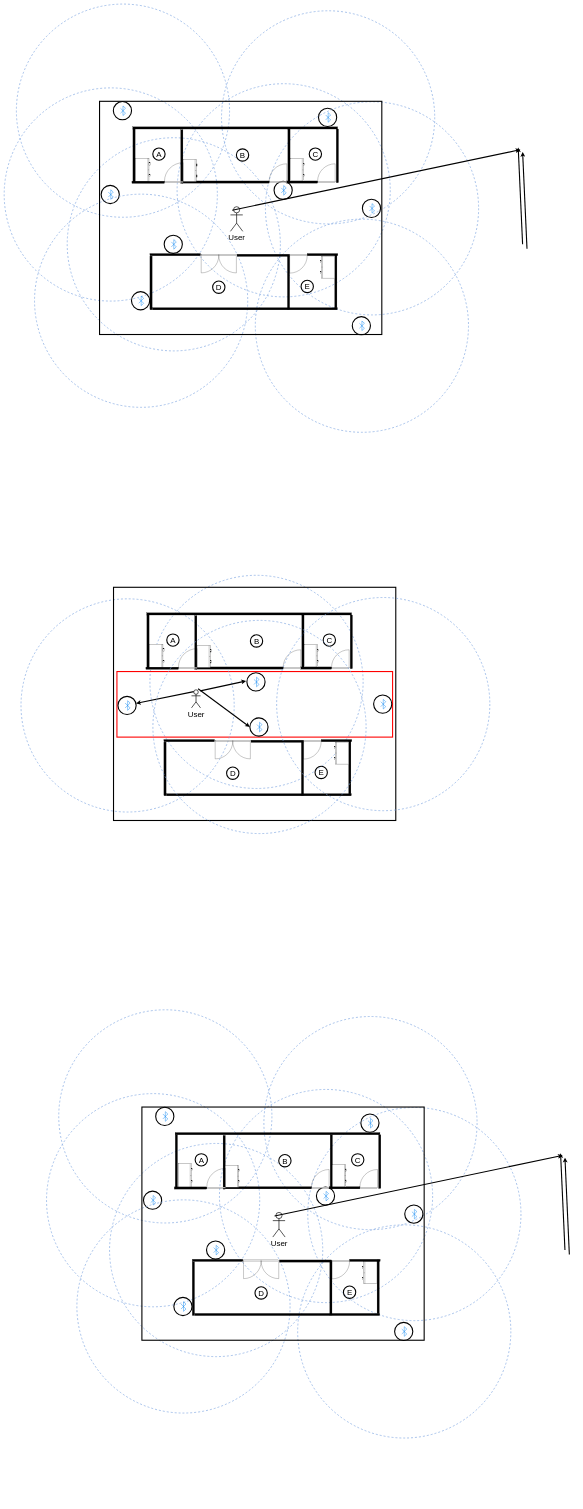
This is Untitled Diagram.drawio from syedowaisali/OneWheeler, a draw.io file, before an edit. Source tidied: cells renumbered, new cells numbered last; positions are measured from the earlier drawing's top-left corner, leaving out a move shared by most shapes. Both pictures are drawn from the tidied source at 22%, with x=0, y=0 at pixel (4, 4).
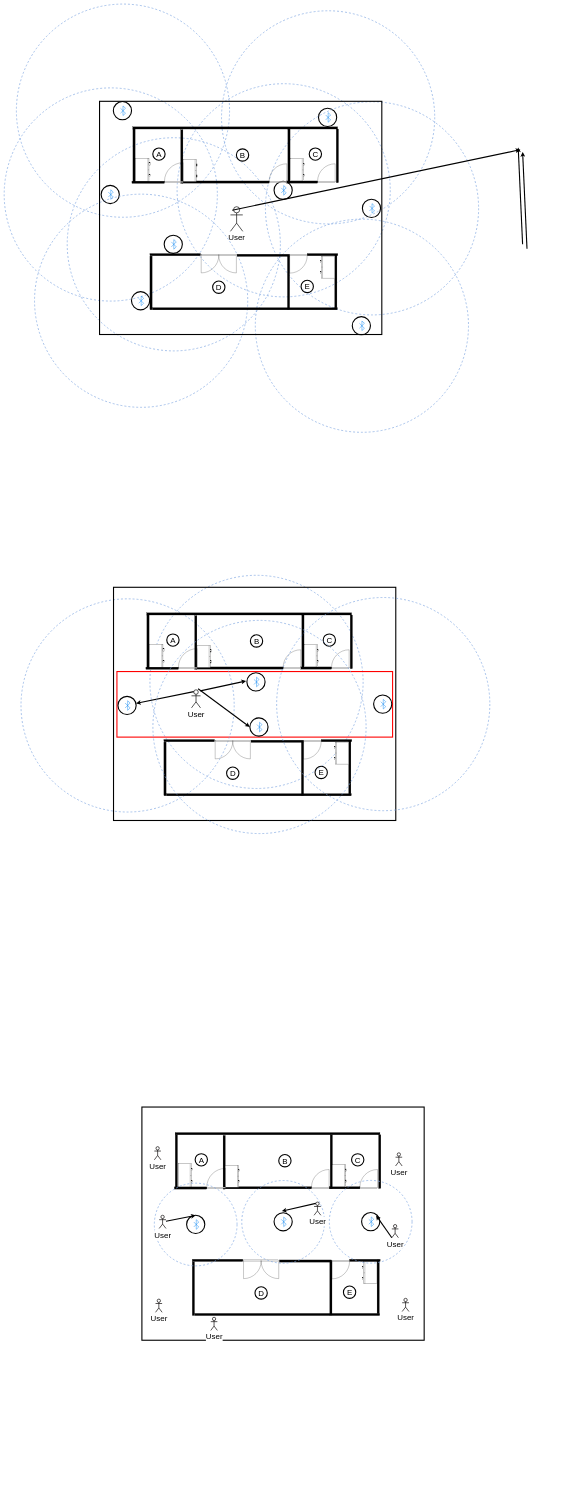
The same diagram, later.

Change to the diagram source:
```diff
@@
-    <mxCell id="136" style="group;" parent="1" vertex="1">
-      <mxGeometry x="457" y="5232.5" width="969" height="969" as="geometry" />
-    </mxCell>
-    <mxCell id="137" style="group;" parent="136" vertex="1">
-      <mxGeometry width="969" height="969" as="geometry" />
-    </mxCell>
-    <mxCell id="138" style="ellipse;whiteSpace=wrap;html=1;strokeWidth=3;fillColor=none;gradientColor=none;fontSize=36;dashed=1;strokeColor=#7EA6E0;" parent="137" vertex="1">
-      <mxGeometry x="-264" y="-280" width="969" height="969" as="geometry" />
-    </mxCell>
-    <mxCell id="139" style="ellipse;whiteSpace=wrap;html=1;strokeWidth=5;fillColor=none;gradientColor=none;fontSize=36;" parent="137" vertex="1">
-      <mxGeometry x="176.7" y="163.2" width="82.7" height="82.7" as="geometry" />
-    </mxCell>
-    <mxCell id="140" style="html=1;verticalLabelPosition=bottom;align=center;labelBackgroundColor=#ffffff;verticalAlign=top;strokeWidth=2;strokeColor=#0080F0;fillColor=#ffffff;shadow=0;dashed=0;shape=mxgraph.ios7.icons.bluetooth;fontSize=36;" parent="137" vertex="1">
-      <mxGeometry x="209.2" y="183.1" width="22.7" height="43.5" as="geometry" />
-    </mxCell>
-    <mxCell id="141" style="group;" parent="1" vertex="1">
-      <mxGeometry x="512.5" y="4851.5" width="969" height="969" as="geometry" />
-    </mxCell>
-    <mxCell id="142" style="group;" parent="141" vertex="1">
-      <mxGeometry width="969" height="969" as="geometry" />
-    </mxCell>
-    <mxCell id="143" style="ellipse;whiteSpace=wrap;html=1;strokeWidth=3;fillColor=none;gradientColor=none;fontSize=36;dashed=1;strokeColor=#7EA6E0;" parent="142" vertex="1">
-      <mxGeometry x="-264" y="-280" width="969" height="969" as="geometry" />
-    </mxCell>
-    <mxCell id="144" style="ellipse;whiteSpace=wrap;html=1;strokeWidth=5;fillColor=none;gradientColor=none;fontSize=36;" parent="142" vertex="1">
-      <mxGeometry x="176.7" y="163.2" width="82.7" height="82.7" as="geometry" />
-    </mxCell>
-    <mxCell id="145" style="html=1;verticalLabelPosition=bottom;align=center;labelBackgroundColor=#ffffff;verticalAlign=top;strokeWidth=2;strokeColor=#0080F0;fillColor=#ffffff;shadow=0;dashed=0;shape=mxgraph.ios7.icons.bluetooth;fontSize=36;" parent="142" vertex="1">
-      <mxGeometry x="209.2" y="183.1" width="22.7" height="43.5" as="geometry" />
-    </mxCell>
-    <mxCell id="146" style="group;" parent="1" vertex="1">
-      <mxGeometry x="1445" y="4882" width="969" height="969" as="geometry" />
-    </mxCell>
-    <mxCell id="147" style="group;" parent="146" vertex="1">
-      <mxGeometry width="969" height="969" as="geometry" />
-    </mxCell>
-    <mxCell id="148" style="ellipse;whiteSpace=wrap;html=1;strokeWidth=3;fillColor=none;gradientColor=none;fontSize=36;dashed=1;strokeColor=#7EA6E0;" parent="147" vertex="1">
-      <mxGeometry x="-264" y="-280" width="969" height="969" as="geometry" />
-    </mxCell>
-    <mxCell id="149" style="ellipse;whiteSpace=wrap;html=1;strokeWidth=5;fillColor=none;gradientColor=none;fontSize=36;" parent="147" vertex="1">
-      <mxGeometry x="176.7" y="163.2" width="82.7" height="82.7" as="geometry" />
-    </mxCell>
-    <mxCell id="150" style="html=1;verticalLabelPosition=bottom;align=center;labelBackgroundColor=#ffffff;verticalAlign=top;strokeWidth=2;strokeColor=#0080F0;fillColor=#ffffff;shadow=0;dashed=0;shape=mxgraph.ios7.icons.bluetooth;fontSize=36;" parent="147" vertex="1">
-      <mxGeometry x="209.2" y="183.1" width="22.7" height="43.5" as="geometry" />
-    </mxCell>
-    <mxCell id="151" value="User" style="shape=umlActor;verticalLabelPosition=bottom;labelBackgroundColor=#ffffff;verticalAlign=top;html=1;strokeColor=#000000;strokeWidth=3;fillColor=none;gradientColor=none;fontSize=36;" parent="147" vertex="1">
-      <mxGeometry x="-223.5" y="610.5" width="56" height="112" as="geometry" />
-    </mxCell>
-    <mxCell id="152" style="endArrow=classic;html=1;fontSize=36;strokeWidth=5;entryX=0.256;entryY=0.874;entryDx=0;entryDy=0;entryPerimeter=0;exitX=0.75;exitY=0.1;exitDx=0;exitDy=0;exitPerimeter=0;" parent="147" edge="1">
-      <mxGeometry relative="1" as="geometry">
-        <mxPoint x="1124.5" y="801.5" as="sourcePoint" />
-        <mxPoint x="1104.5" y="361.5" as="targetPoint" />
-      </mxGeometry>
-    </mxCell>
-    <mxCell id="153" style="group;" parent="1" vertex="1">
-      <mxGeometry x="1644.5" y="5295.5" width="969" height="969" as="geometry" />
-    </mxCell>
-    <mxCell id="154" style="group;" parent="153" vertex="1">
-      <mxGeometry width="969" height="969" as="geometry" />
-    </mxCell>
-    <mxCell id="155" style="ellipse;whiteSpace=wrap;html=1;strokeWidth=3;fillColor=none;gradientColor=none;fontSize=36;dashed=1;strokeColor=#7EA6E0;" parent="154" vertex="1">
-      <mxGeometry x="-264" y="-280" width="969" height="969" as="geometry" />
-    </mxCell>
-    <mxCell id="156" style="ellipse;whiteSpace=wrap;html=1;strokeWidth=5;fillColor=none;gradientColor=none;fontSize=36;" parent="154" vertex="1">
-      <mxGeometry x="176.7" y="163.2" width="82.7" height="82.7" as="geometry" />
-    </mxCell>
-    <mxCell id="157" style="html=1;verticalLabelPosition=bottom;align=center;labelBackgroundColor=#ffffff;verticalAlign=top;strokeWidth=2;strokeColor=#0080F0;fillColor=#ffffff;shadow=0;dashed=0;shape=mxgraph.ios7.icons.bluetooth;fontSize=36;" parent="154" vertex="1">
-      <mxGeometry x="209.2" y="183.1" width="22.7" height="43.5" as="geometry" />
-    </mxCell>
-    <mxCell id="158" style="group;" parent="1" vertex="1">
-      <mxGeometry x="1598.5" y="5829" width="969" height="969" as="geometry" />
-    </mxCell>
-    <mxCell id="159" style="group;" parent="158" vertex="1">
-      <mxGeometry width="969" height="969" as="geometry" />
-    </mxCell>
-    <mxCell id="160" style="ellipse;whiteSpace=wrap;html=1;strokeWidth=3;fillColor=none;gradientColor=none;fontSize=36;dashed=1;strokeColor=#7EA6E0;" parent="159" vertex="1">
-      <mxGeometry x="-264" y="-280" width="969" height="969" as="geometry" />
-    </mxCell>
-    <mxCell id="161" style="ellipse;whiteSpace=wrap;html=1;strokeWidth=5;fillColor=none;gradientColor=none;fontSize=36;" parent="159" vertex="1">
-      <mxGeometry x="176.7" y="163.2" width="82.7" height="82.7" as="geometry" />
-    </mxCell>
-    <mxCell id="162" style="html=1;verticalLabelPosition=bottom;align=center;labelBackgroundColor=#ffffff;verticalAlign=top;strokeWidth=2;strokeColor=#0080F0;fillColor=#ffffff;shadow=0;dashed=0;shape=mxgraph.ios7.icons.bluetooth;fontSize=36;" parent="159" vertex="1">
-      <mxGeometry x="209.2" y="183.1" width="22.7" height="43.5" as="geometry" />
-    </mxCell>
-    <mxCell id="163" style="group;" parent="1" vertex="1">
-      <mxGeometry x="1243" y="5213.5" width="969" height="969" as="geometry" />
-    </mxCell>
-    <mxCell id="164" style="group;" parent="163" vertex="1">
-      <mxGeometry width="969" height="969" as="geometry" />
-    </mxCell>
-    <mxCell id="165" style="ellipse;whiteSpace=wrap;html=1;strokeWidth=3;fillColor=none;gradientColor=none;fontSize=36;dashed=1;strokeColor=#7EA6E0;" parent="164" vertex="1">
-      <mxGeometry x="-264" y="-280" width="969" height="969" as="geometry" />
-    </mxCell>
-    <mxCell id="166" style="ellipse;whiteSpace=wrap;html=1;strokeWidth=5;fillColor=none;gradientColor=none;fontSize=36;" parent="164" vertex="1">
-      <mxGeometry x="176.7" y="163.2" width="82.7" height="82.7" as="geometry" />
-    </mxCell>
-    <mxCell id="167" style="html=1;verticalLabelPosition=bottom;align=center;labelBackgroundColor=#ffffff;verticalAlign=top;strokeWidth=2;strokeColor=#0080F0;fillColor=#ffffff;shadow=0;dashed=0;shape=mxgraph.ios7.icons.bluetooth;fontSize=36;" parent="164" vertex="1">
-      <mxGeometry x="209.2" y="183.1" width="22.7" height="43.5" as="geometry" />
-    </mxCell>
-    <mxCell id="168" style="group;" parent="1" vertex="1">
-      <mxGeometry x="743.5" y="5459" width="969" height="1366.5" as="geometry" />
-    </mxCell>
-    <mxCell id="169" style="group;" parent="168" vertex="1">
-      <mxGeometry width="969" height="1366.5" as="geometry" />
-    </mxCell>
-    <mxCell id="170" style="ellipse;whiteSpace=wrap;html=1;strokeWidth=3;fillColor=none;gradientColor=none;fontSize=36;dashed=1;strokeColor=#7EA6E0;" parent="169" vertex="1">
-      <mxGeometry x="-264" y="-280" width="969" height="969" as="geometry" />
-    </mxCell>
-    <mxCell id="171" style="ellipse;whiteSpace=wrap;html=1;strokeWidth=5;fillColor=none;gradientColor=none;fontSize=36;" parent="169" vertex="1">
-      <mxGeometry x="176.7" y="163.2" width="82.7" height="82.7" as="geometry" />
-    </mxCell>
-    <mxCell id="172" style="html=1;verticalLabelPosition=bottom;align=center;labelBackgroundColor=#ffffff;verticalAlign=top;strokeWidth=2;strokeColor=#0080F0;fillColor=#ffffff;shadow=0;dashed=0;shape=mxgraph.ios7.icons.bluetooth;fontSize=36;" parent="169" vertex="1">
-      <mxGeometry x="209.2" y="183.1" width="22.7" height="43.5" as="geometry" />
-    </mxCell>
-    <mxCell id="173" style="group;" parent="169" vertex="1">
-      <mxGeometry x="-148.5" y="256.5" width="969" height="969" as="geometry" />
-    </mxCell>
-    <mxCell id="174" style="group;" parent="173" vertex="1">
-      <mxGeometry width="969" height="969" as="geometry" />
-    </mxCell>
-    <mxCell id="175" style="ellipse;whiteSpace=wrap;html=1;strokeWidth=3;fillColor=none;gradientColor=none;fontSize=36;dashed=1;strokeColor=#7EA6E0;" parent="174" vertex="1">
-      <mxGeometry x="-264" y="-280" width="969" height="969" as="geometry" />
-    </mxCell>
-    <mxCell id="176" style="ellipse;whiteSpace=wrap;html=1;strokeWidth=5;fillColor=none;gradientColor=none;fontSize=36;" parent="174" vertex="1">
-      <mxGeometry x="176.7" y="163.2" width="82.7" height="82.7" as="geometry" />
-    </mxCell>
-    <mxCell id="177" style="html=1;verticalLabelPosition=bottom;align=center;labelBackgroundColor=#ffffff;verticalAlign=top;strokeWidth=2;strokeColor=#0080F0;fillColor=#ffffff;shadow=0;dashed=0;shape=mxgraph.ios7.icons.bluetooth;fontSize=36;" parent="174" vertex="1">
-      <mxGeometry x="209.2" y="183.1" width="22.7" height="43.5" as="geometry" />
-    </mxCell>
@@
+    <mxCell id="211" style="group;" parent="1" vertex="1">
+      <mxGeometry x="683" y="5359.5" width="376" height="376" as="geometry" />
+    </mxCell>
+    <mxCell id="143" style="ellipse;whiteSpace=wrap;html=1;strokeWidth=3;fillColor=none;gradientColor=none;fontSize=36;dashed=1;strokeColor=#7EA6E0;" parent="211" vertex="1">
+      <mxGeometry width="376" height="376" as="geometry" />
+    </mxCell>
+    <mxCell id="144" style="ellipse;whiteSpace=wrap;html=1;strokeWidth=5;fillColor=none;gradientColor=none;fontSize=36;" parent="211" vertex="1">
+      <mxGeometry x="146.7" y="146.2" width="82.7" height="82.7" as="geometry" />
+    </mxCell>
+    <mxCell id="145" style="html=1;verticalLabelPosition=bottom;align=center;labelBackgroundColor=#ffffff;verticalAlign=top;strokeWidth=2;strokeColor=#0080F0;fillColor=#ffffff;shadow=0;dashed=0;shape=mxgraph.ios7.icons.bluetooth;fontSize=36;" parent="211" vertex="1">
+      <mxGeometry x="179.2" y="166.1" width="22.7" height="43.5" as="geometry" />
+    </mxCell>
+    <mxCell id="212" value="User" style="shape=umlActor;verticalLabelPosition=bottom;labelBackgroundColor=#ffffff;verticalAlign=top;html=1;outlineConnect=0;strokeColor=#050000;strokeWidth=3;fillColor=none;gradientColor=none;fontSize=36;" parent="211" vertex="1">
+      <mxGeometry x="22" y="146" width="31" height="60" as="geometry" />
+    </mxCell>
-    <mxCell id="209" style="endArrow=classic;html=1;fontSize=36;entryX=0.484;entryY=0.893;entryDx=0;entryDy=0;entryPerimeter=0;strokeWidth=5;exitX=0.25;exitY=0.1;exitDx=0;exitDy=0;exitPerimeter=0;" parent="1" edge="1">
-      <mxGeometry relative="1" as="geometry">
-        <mxPoint x="2549.5" y="5663.5" as="sourcePoint" />
-        <mxPoint x="2529.5" y="5223.5" as="targetPoint" />
-      </mxGeometry>
+    <mxCell id="209" style="endArrow=classic;html=1;fontSize=36;entryX=0.5;entryY=0;entryDx=0;entryDy=0;strokeWidth=5;" parent="211" edge="1" source="212" target="144">
+      <mxGeometry relative="1" as="geometry" />
     </mxCell>
-    <mxCell id="210" style="endArrow=classic;html=1;fontSize=36;strokeWidth=5;entryX=0.662;entryY=0.194;entryDx=0;entryDy=0;entryPerimeter=0;" parent="1" edge="1">
-      <mxGeometry relative="1" as="geometry">
-        <mxPoint x="1229.5" y="5508.5" as="sourcePoint" />
-        <mxPoint x="2539.5" y="5233.5" as="targetPoint" />
-      </mxGeometry>
-    </mxCell>
+    <mxCell id="213" style="group;" parent="1" vertex="1">
+      <mxGeometry x="1080.5" y="5347.5" width="376" height="376" as="geometry" />
+    </mxCell>
+    <mxCell id="214" style="ellipse;whiteSpace=wrap;html=1;strokeWidth=3;fillColor=none;gradientColor=none;fontSize=36;dashed=1;strokeColor=#7EA6E0;" parent="213" vertex="1">
+      <mxGeometry width="376" height="376" as="geometry" />
+    </mxCell>
+    <mxCell id="215" style="ellipse;whiteSpace=wrap;html=1;strokeWidth=5;fillColor=none;gradientColor=none;fontSize=36;" parent="213" vertex="1">
+      <mxGeometry x="146.7" y="146.2" width="82.7" height="82.7" as="geometry" />
+    </mxCell>
+    <mxCell id="216" style="html=1;verticalLabelPosition=bottom;align=center;labelBackgroundColor=#ffffff;verticalAlign=top;strokeWidth=2;strokeColor=#0080F0;fillColor=#ffffff;shadow=0;dashed=0;shape=mxgraph.ios7.icons.bluetooth;fontSize=36;" parent="213" vertex="1">
+      <mxGeometry x="179.2" y="166.1" width="22.7" height="43.5" as="geometry" />
+    </mxCell>
+    <mxCell id="217" value="User" style="shape=umlActor;verticalLabelPosition=bottom;labelBackgroundColor=#ffffff;verticalAlign=top;html=1;outlineConnect=0;strokeColor=#050000;strokeWidth=3;fillColor=none;gradientColor=none;fontSize=36;" parent="213" vertex="1">
+      <mxGeometry x="328.5" y="98" width="31" height="60" as="geometry" />
+    </mxCell>
+    <mxCell id="218" style="endArrow=classic;html=1;fontSize=36;entryX=0.424;entryY=-0.088;entryDx=0;entryDy=0;entryPerimeter=0;strokeWidth=5;exitX=0.25;exitY=0.1;exitDx=0;exitDy=0;exitPerimeter=0;" parent="213" edge="1" source="217" target="215">
+      <mxGeometry relative="1" as="geometry" />
+    </mxCell>
+    <mxCell id="219" style="group;" parent="1" vertex="1">
+      <mxGeometry x="1478.5" y="5347" width="376" height="376" as="geometry" />
+    </mxCell>
+    <mxCell id="220" style="ellipse;whiteSpace=wrap;html=1;strokeWidth=3;fillColor=none;gradientColor=none;fontSize=36;dashed=1;strokeColor=#7EA6E0;" parent="219" vertex="1">
+      <mxGeometry width="376" height="376" as="geometry" />
+    </mxCell>
+    <mxCell id="221" style="ellipse;whiteSpace=wrap;html=1;strokeWidth=5;fillColor=none;gradientColor=none;fontSize=36;" parent="219" vertex="1">
+      <mxGeometry x="146.7" y="146.2" width="82.7" height="82.7" as="geometry" />
+    </mxCell>
+    <mxCell id="222" style="html=1;verticalLabelPosition=bottom;align=center;labelBackgroundColor=#ffffff;verticalAlign=top;strokeWidth=2;strokeColor=#0080F0;fillColor=#ffffff;shadow=0;dashed=0;shape=mxgraph.ios7.icons.bluetooth;fontSize=36;" parent="219" vertex="1">
+      <mxGeometry x="179.2" y="166.1" width="22.7" height="43.5" as="geometry" />
+    </mxCell>
+    <mxCell id="223" value="User" style="shape=umlActor;verticalLabelPosition=bottom;labelBackgroundColor=#ffffff;verticalAlign=top;html=1;outlineConnect=0;strokeColor=#050000;strokeWidth=3;fillColor=none;gradientColor=none;fontSize=36;" parent="219" vertex="1">
+      <mxGeometry x="284" y="200.5" width="30" height="60" as="geometry" />
+    </mxCell>
+    <mxCell id="224" style="endArrow=classic;html=1;fontSize=36;entryX=0.795;entryY=0.154;entryDx=0;entryDy=0;entryPerimeter=0;strokeWidth=5;exitX=0;exitY=1;exitDx=0;exitDy=0;exitPerimeter=0;" parent="219" edge="1" source="223" target="221">
+      <mxGeometry relative="1" as="geometry" />
+    </mxCell>
+    <mxCell id="225" value="User" style="shape=umlActor;verticalLabelPosition=bottom;labelBackgroundColor=#ffffff;verticalAlign=top;html=1;strokeColor=#050000;strokeWidth=3;fillColor=none;gradientColor=none;fontSize=36;" parent="1" vertex="1">
+      <mxGeometry x="939.5" y="5969" width="30" height="60" as="geometry" />
+    </mxCell>
+    <mxCell id="226" value="User" style="shape=umlActor;verticalLabelPosition=bottom;labelBackgroundColor=#ffffff;verticalAlign=top;html=1;strokeColor=#050000;strokeWidth=3;fillColor=none;gradientColor=none;fontSize=36;" parent="1" vertex="1">
+      <mxGeometry x="688.5" y="5886.5" width="30" height="60" as="geometry" />
+    </mxCell>
+    <mxCell id="227" value="User" style="shape=umlActor;verticalLabelPosition=bottom;labelBackgroundColor=#ffffff;verticalAlign=top;html=1;strokeColor=#050000;strokeWidth=3;fillColor=none;gradientColor=none;fontSize=36;" parent="1" vertex="1">
+      <mxGeometry x="683" y="5193.5" width="30" height="60" as="geometry" />
+    </mxCell>
+    <mxCell id="228" value="User" style="shape=umlActor;verticalLabelPosition=bottom;labelBackgroundColor=#ffffff;verticalAlign=top;html=1;strokeColor=#050000;strokeWidth=3;fillColor=none;gradientColor=none;fontSize=36;" parent="1" vertex="1">
+      <mxGeometry x="1779.5" y="5221.5" width="30" height="60" as="geometry" />
+    </mxCell>
+    <mxCell id="229" value="User" style="shape=umlActor;verticalLabelPosition=bottom;labelBackgroundColor=#ffffff;verticalAlign=top;html=1;strokeColor=#050000;strokeWidth=3;fillColor=none;gradientColor=none;fontSize=36;" parent="1" vertex="1">
+      <mxGeometry x="1809.5" y="5883" width="31" height="60" as="geometry" />
+    </mxCell>
```
